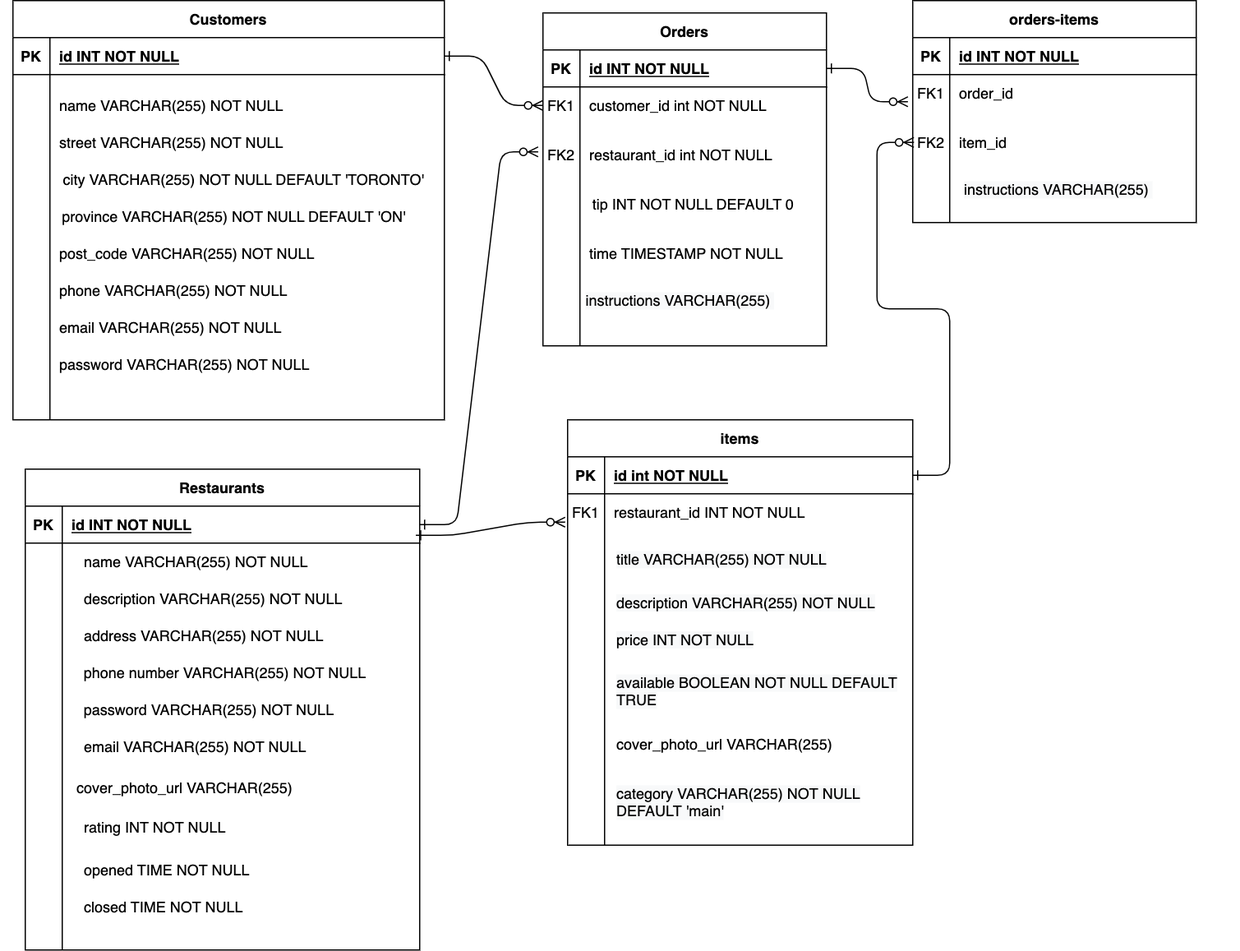
Above: planning/foodAppERD.drawio.png in deuxp/food_pu_ordering (draw.io), before the change. Source tidied: cells renumbered, new cells last; positions are measured from the earlier drawing's top-left corner, leaving out a move shared by most shapes.
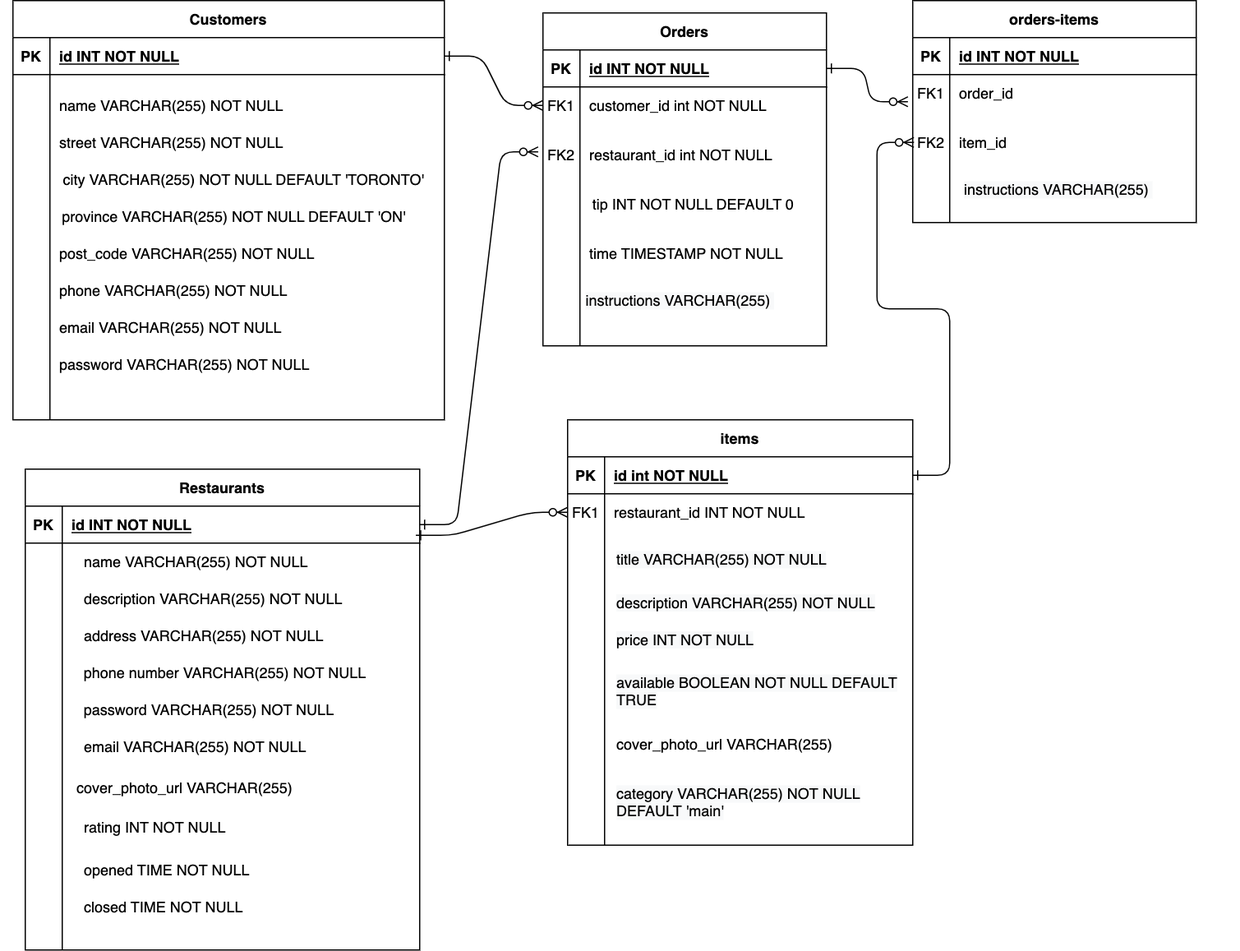
Above is the later version.

Commit message:
change ERD to have orders-items table

The edit, as a diff of the source:
```diff
@@ -242,8 +242,10 @@
     <mxCell id="81" value="&lt;span style=&quot;color: rgb(0 , 0 , 0) ; font-family: &amp;#34;helvetica&amp;#34; ; font-size: 12px ; font-style: normal ; font-weight: 400 ; letter-spacing: normal ; text-align: left ; text-indent: 0px ; text-transform: none ; word-spacing: 0px ; background-color: rgb(248 , 249 , 250) ; display: inline ; float: none&quot;&gt;available BOOLEAN NOT NULL DEFAULT TRUE&lt;/span&gt;" style="text;whiteSpace=wrap;html=1;" parent="1" vertex="1">
       <mxGeometry x="497.5" y="540" width="242.5" height="30" as="geometry" />
     </mxCell>
-    <mxCell id="82" style="edgeStyle=entityRelationEdgeStyle;endArrow=ERzeroToMany;startArrow=ERone;endFill=1;startFill=0;exitX=0.99;exitY=-0.019;exitDx=0;exitDy=0;exitPerimeter=0;entryX=-0.007;entryY=0.767;entryDx=0;entryDy=0;entryPerimeter=0;" parent="1" edge="1" source="52" target="17">
-      <mxGeometry relative="1" as="geometry" />
+    <mxCell id="82" style="edgeStyle=entityRelationEdgeStyle;endArrow=ERzeroToMany;startArrow=ERone;endFill=1;startFill=0;exitX=0.99;exitY=-0.019;exitDx=0;exitDy=0;exitPerimeter=0;" parent="1" edge="1" source="52">
+      <mxGeometry relative="1" as="geometry">
+        <mxPoint x="460" y="415" as="targetPoint" />
+      </mxGeometry>
     </mxCell>
     <mxCell id="83" value="FK2" style="shape=partialRectangle;overflow=hidden;fillColor=none;top=0;left=0;bottom=0;right=0;" parent="1" vertex="1">
       <mxGeometry x="740" y="100" width="30" height="30" as="geometry" />
```
